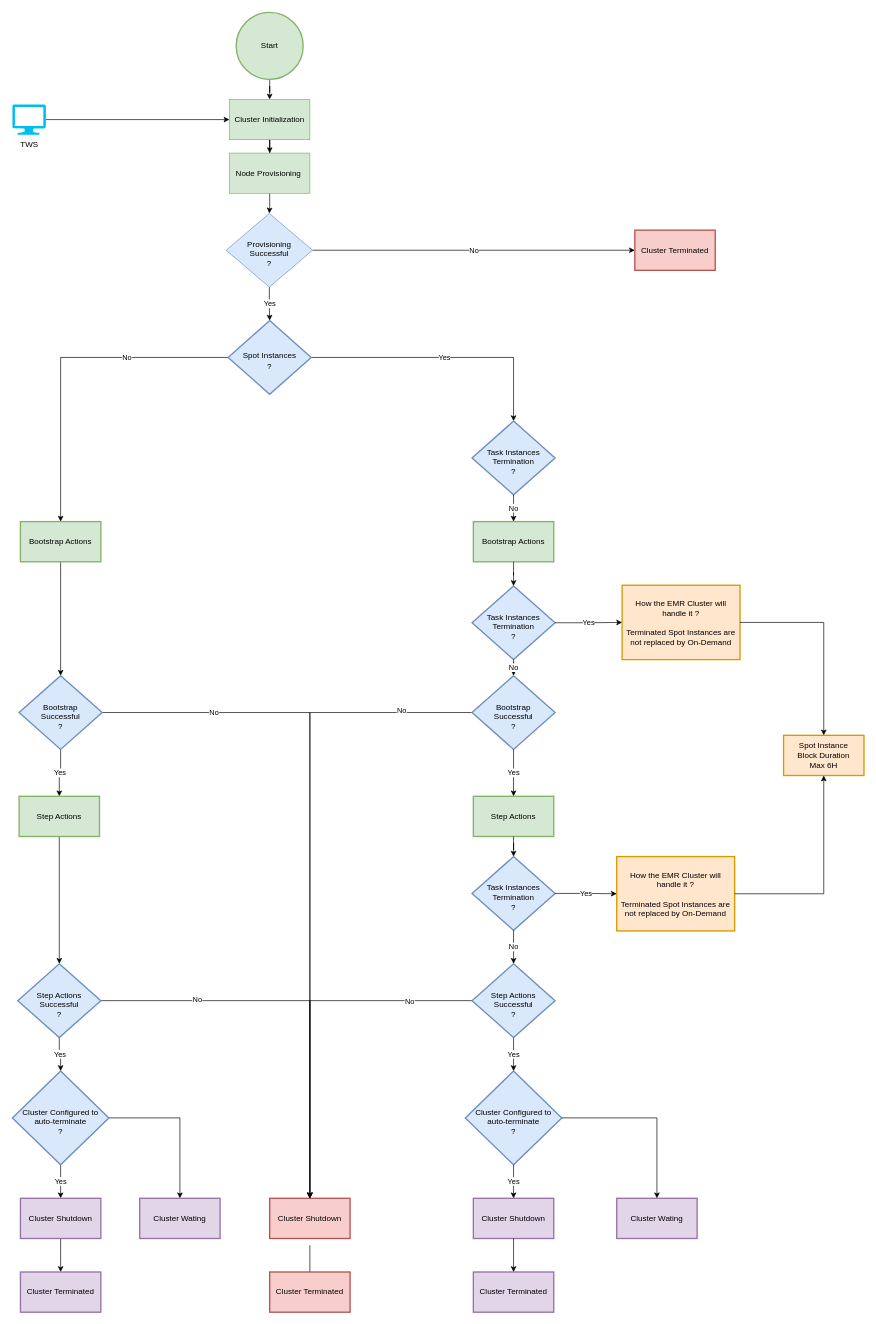
Benoit-LAGUET/AWS-EMR keeps this draw.io diagram as EMR Flow.drawio. Above is the earlier version. Source tidied: cells renumbered, new cells numbered last; positions are measured from the earlier drawing's top-left corner, leaving out a move shared by most shapes. Both pictures are drawn from the tidied source at 67%, with x=0, y=0 at pixel (12, 12).
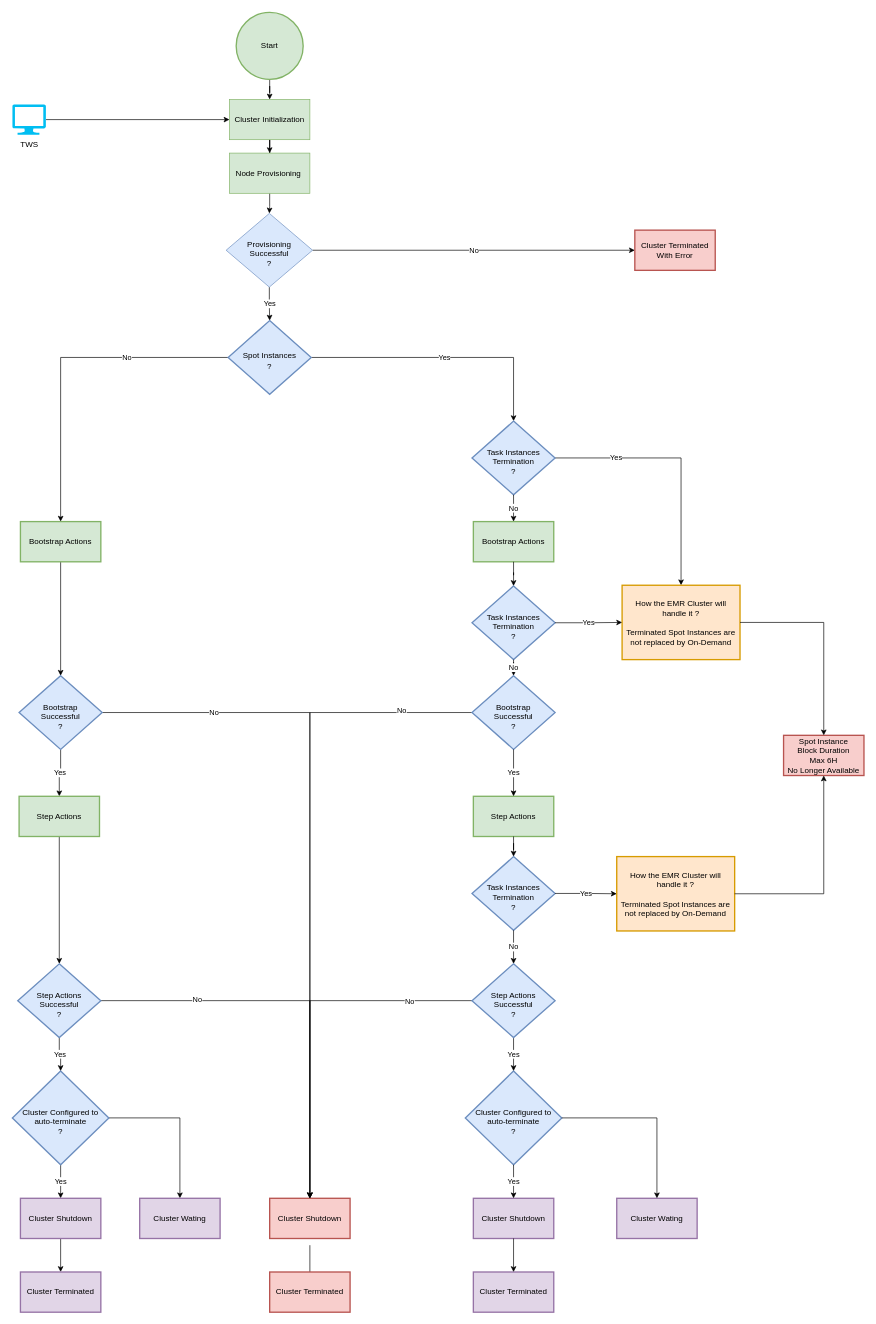
The same page after the edit.

Commit message:
Mettre à jour EMR Flow.drawio

The change refers to these unchanged cells:
```xml
<mxCell id="42" style="group;shadow=0;" parent="1" vertex="1">
  <mxGeometry x="676" y="610" width="410" height="1330" as="geometry" />
</mxCell>
<mxCell id="43" value="Task Instances&lt;br&gt;Termination&lt;br&gt;?" style="strokeWidth=2;html=1;shape=mxgraph.flowchart.decision;whiteSpace=wrap;verticalAlign=middle;spacingBottom=0;spacingTop=11;fillColor=#dae8fc;strokeColor=#6c8ebf;" parent="42" vertex="1">
  <mxGeometry x="10" width="124" height="110" as="geometry" />
</mxCell>
<mxCell id="50" value="How the EMR Cluster will handle it ?&lt;br&gt;&lt;br&gt;Terminated Spot Instances are&lt;br&gt;not replaced by On-Demand" style="whiteSpace=wrap;html=1;strokeWidth=2;spacingBottom=0;spacingTop=0;fillColor=#ffe6cc;strokeColor=#d79b00;" parent="42" vertex="1">
  <mxGeometry x="234" y="245" width="176" height="111" as="geometry" />
</mxCell>
```

The edit, as a diff of the source:
```diff
@@
+    <mxCell id="72" value="Yes" style="edgeStyle=orthogonalEdgeStyle;rounded=0;jettySize=auto;html=1;" parent="42" edge="1" source="43" target="50">
+      <mxGeometry x="-0.52" relative="1" as="geometry" />
+    </mxCell>
@@
-    <mxCell id="68" value="Cluster Terminated" style="whiteSpace=wrap;html=1;strokeWidth=2;spacingBottom=0;spacingTop=0;fillColor=#f8cecc;strokeColor=#b85450;" parent="1" vertex="1">
+    <mxCell id="68" value="Cluster Terminated&lt;br&gt;With Error" style="whiteSpace=wrap;html=1;strokeWidth=2;spacingBottom=0;spacingTop=0;fillColor=#f8cecc;strokeColor=#b85450;" parent="1" vertex="1">
       <mxGeometry x="929" y="325" width="120" height="60" as="geometry" />
     </mxCell>
-    <mxCell id="69" value="Spot Instance&lt;br&gt;Block Duration&lt;br&gt;Max 6H" style="whiteSpace=wrap;html=1;fillColor=#ffe6cc;strokeColor=#d79b00;strokeWidth=2;spacingBottom=0;spacingTop=0;" parent="1" vertex="1">
+    <mxCell id="69" value="Spot Instance&lt;br&gt;Block Duration&lt;br&gt;Max 6H&lt;br&gt;No Longer Available" style="whiteSpace=wrap;html=1;fillColor=#f8cecc;strokeColor=#b85450;strokeWidth=2;spacingBottom=0;spacingTop=0;" parent="1" vertex="1">
       <mxGeometry x="1151" y="1079" width="120" height="60" as="geometry" />
     </mxCell>
```
